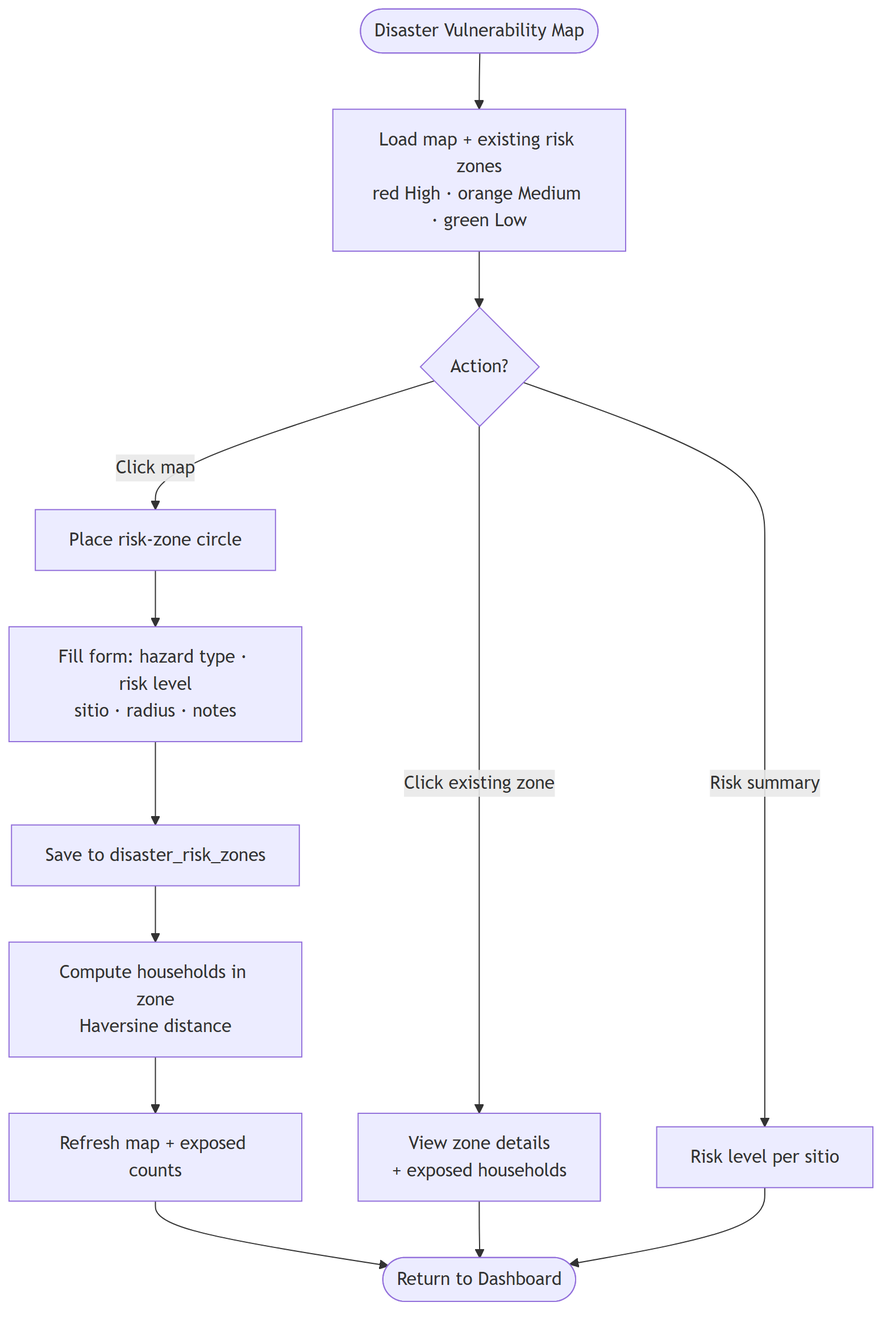
KellyEspera/protect keeps this Mermaid diagram as diagrams/modules/disaster_vulnerability.png. Above is the earlier version. Its source is kept beside it as diagrams/modules/disaster_vulnerability.mmd.
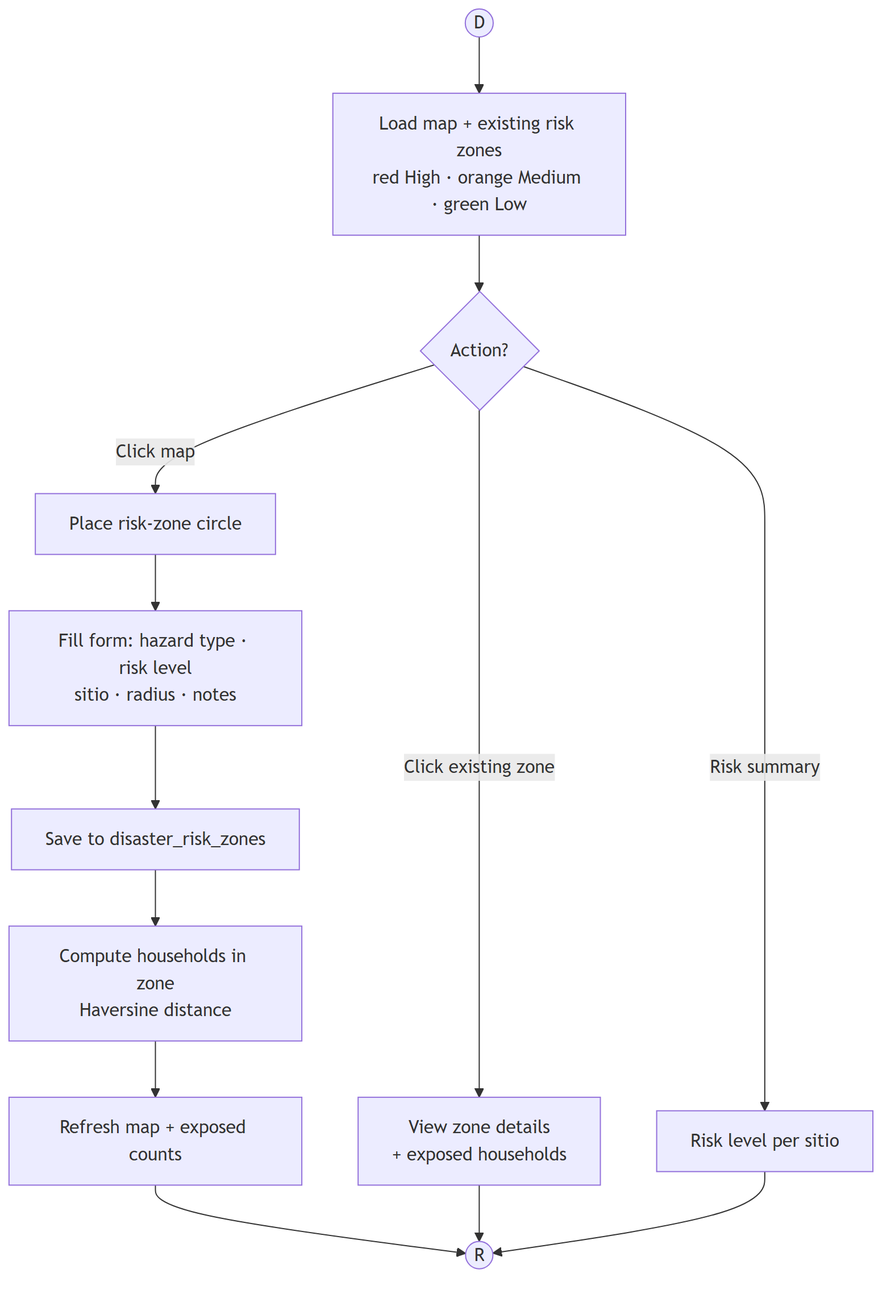
The same diagram one commit later.

The edit, as a diff of the source:
```diff
@@ -1,5 +1,5 @@
 flowchart TD
-    DV([Disaster Vulnerability Map]) --> Load[Load map + existing risk zones<br/>red High · orange Medium · green Low]
+    D((D)) --> Load[Load map + existing risk zones<br/>red High · orange Medium · green Low]
     Load --> Act{Action?}
 
     Act -- Click map --> Place[Place risk-zone circle]
@@ -11,6 +11,6 @@
     Act -- Click existing zone --> View[View zone details<br/>+ exposed households]
     Act -- Risk summary --> Summary[Risk level per sitio]
 
-    Refresh --> Done([Return to Dashboard])
-    View --> Done
-    Summary --> Done
+    Refresh --> R((R))
+    View --> R
+    Summary --> R
```
